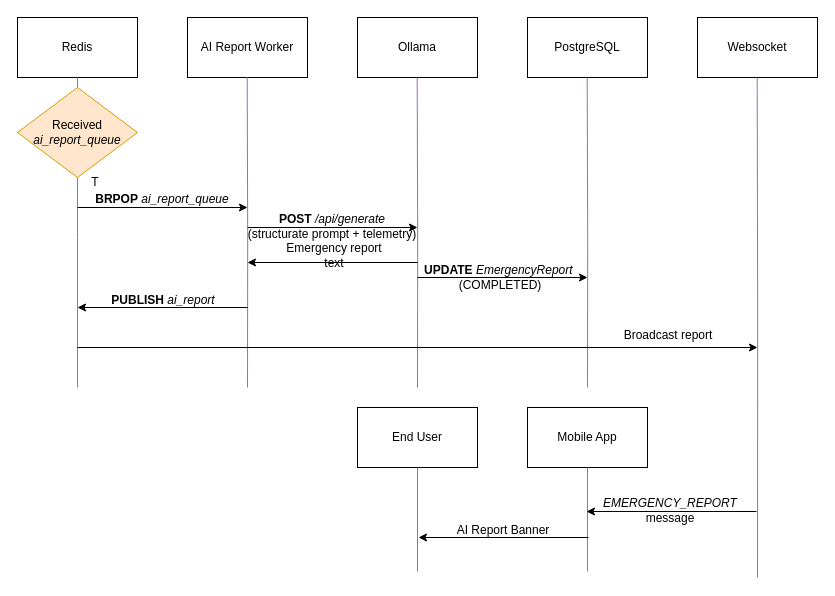
Above: docs/diagrams/raw/fig06_3-ai-report-propagation.drawio in GiZano/QuakeGuard (draw.io), before the change. Source tidied: cells renumbered, new cells numbered last; positions are measured from the earlier drawing's top-left corner, leaving out a move shared by most shapes. Both pictures are drawn from the tidied source at 100%, with x=0, y=0 at pixel (17, 17).
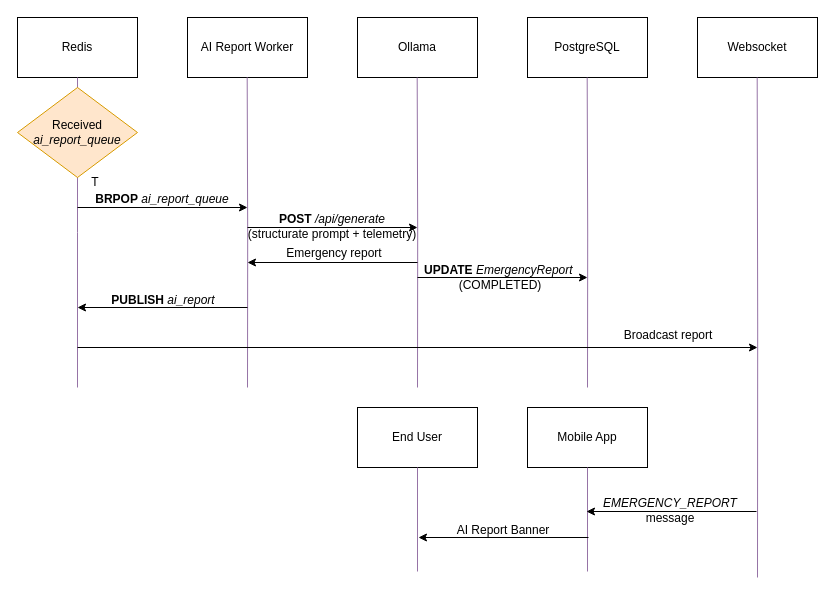
Above is the later version.

The edit, as a diff of the source:
```diff
@@
-    <mxCell id="24" value="Emergency report text" style="text;html=1;whiteSpace=wrap;strokeColor=none;fillColor=none;align=center;verticalAlign=middle;rounded=0;" parent="1" vertex="1">
-      <mxGeometry x="257" y="223" width="120" height="30" as="geometry" />
+    <mxCell id="24" value="Emergency report" style="text;html=1;whiteSpace=wrap;strokeColor=none;fillColor=none;align=center;verticalAlign=middle;rounded=0;" parent="1" vertex="1">
+      <mxGeometry x="257" y="221" width="120" height="30" as="geometry" />
     </mxCell>
```
